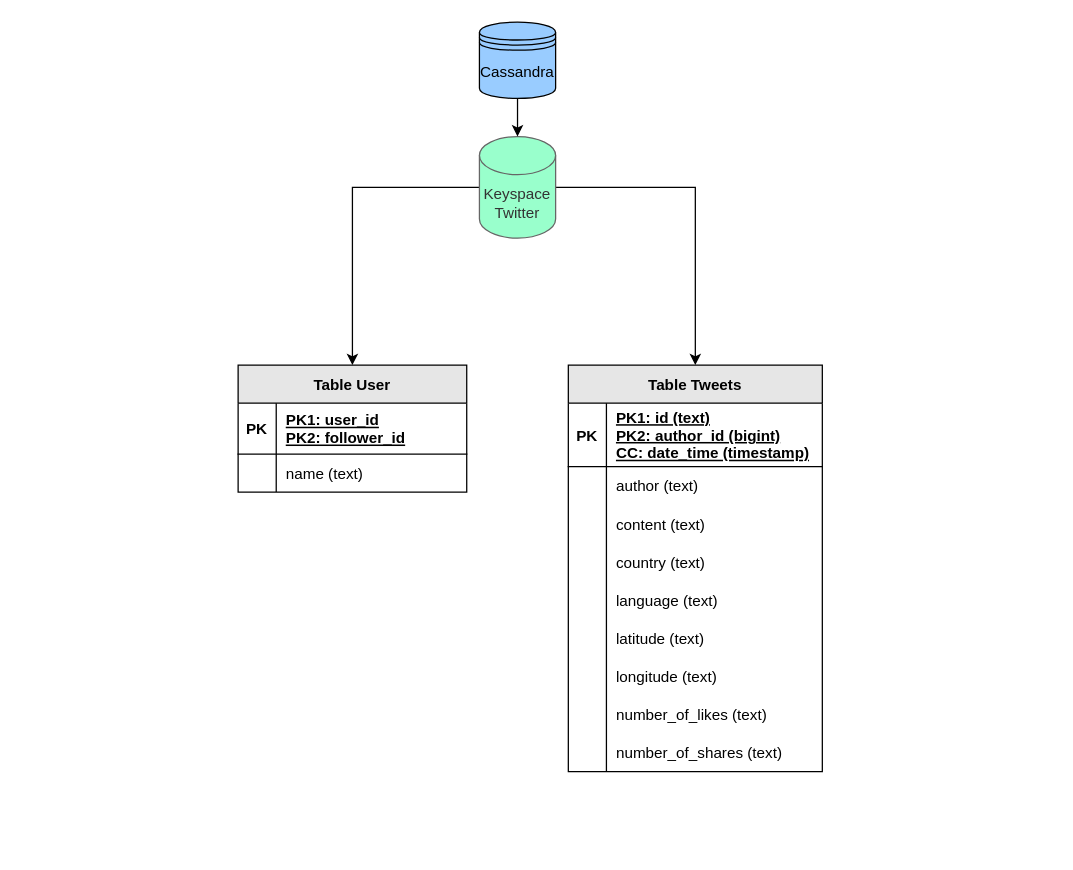
The draw.io diagram page "Page-1" (1 of 2) of architecture-cass.drawio in Miracle-Fruit/kikeriki, before the edit. Source tidied: cells renumbered, new cells numbered last; positions are measured from the earlier drawing's top-left corner, leaving out a move shared by most shapes. Both pictures are drawn from the tidied source at 127%, with x=0, y=0 at pixel (237, 22).
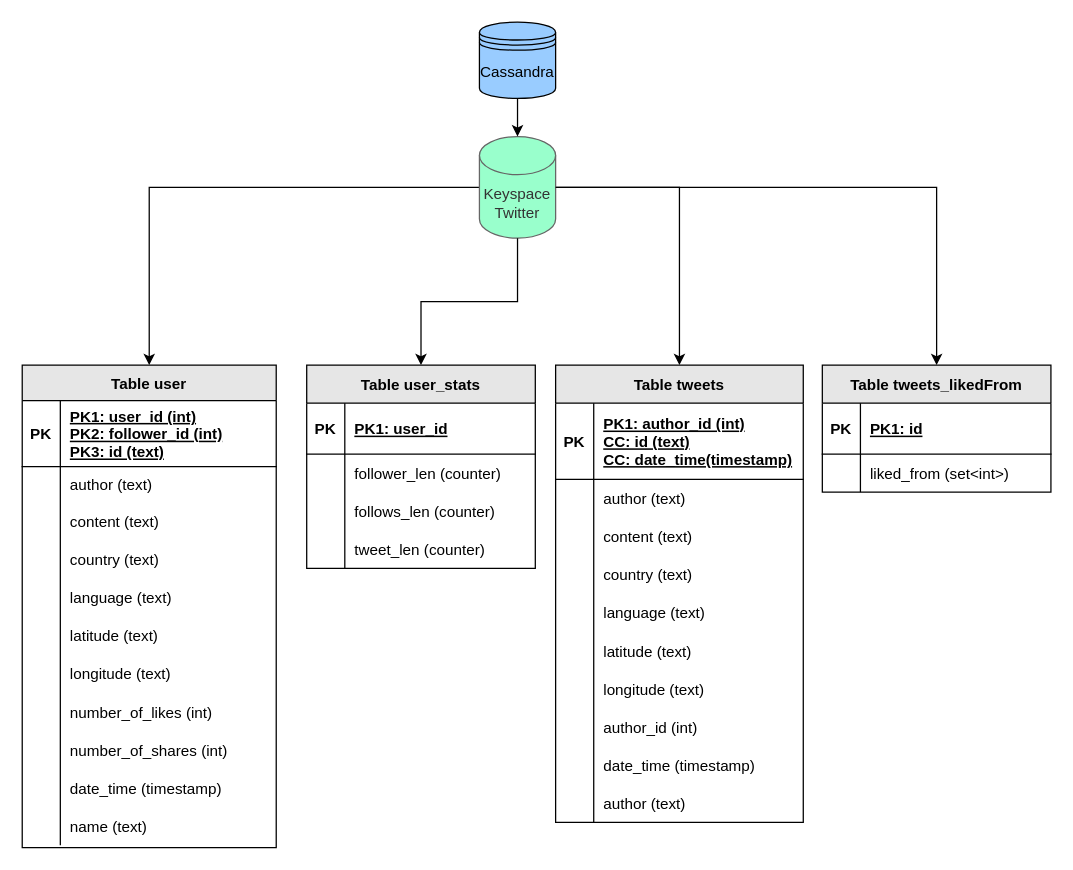
The same page after the edit.

Commit message (it also covers changes not shown here):
change data architecture

The change refers to these unchanged cells:
```xml
<mxCell id="6" style="shape=tableRow;horizontal=0;startSize=0;swimlaneHead=0;swimlaneBody=0;fillColor=none;top=0;left=0;right=0;bottom=1;" parent="5" vertex="1">
  <mxGeometry y="30" width="180" height="40" as="geometry" />
</mxCell>
<mxCell id="9" style="shape=tableRow;horizontal=0;startSize=0;swimlaneHead=0;swimlaneBody=0;fillColor=none;top=0;left=0;right=0;bottom=0;" parent="5" vertex="1">
  <mxGeometry y="70" width="180" height="30" as="geometry" />
</mxCell>
```

What changed in the source:
```diff
@@
+    <mxCell id="3" style="edgeStyle=orthogonalEdgeStyle;rounded=0;jettySize=auto;html=1;exitX=0;exitY=0.5;exitDx=0;exitDy=0;exitPerimeter=0;entryX=0.5;entryY=0;entryDx=0;entryDy=0;" parent="1" edge="1" source="4" target="12">
+      <mxGeometry relative="1" as="geometry" />
+    </mxCell>
+    <mxCell id="43" style="edgeStyle=orthogonalEdgeStyle;rounded=0;jettySize=auto;html=1;exitX=1;exitY=0.5;exitDx=0;exitDy=0;exitPerimeter=0;entryX=0.5;entryY=0;entryDx=0;entryDy=0;" parent="1" edge="1" source="4" target="56">
+      <mxGeometry relative="1" as="geometry" />
+    </mxCell>
+    <mxCell id="4" value="Keyspace&lt;br&gt;Twitter" style="shape=cylinder3;whiteSpace=wrap;html=1;boundedLbl=1;backgroundOutline=1;size=15;fillColor=#99FFCC;fontColor=#333333;strokeColor=#666666;" parent="1" vertex="1">
+      <mxGeometry x="190" y="90" width="60" height="80" as="geometry" />
+    </mxCell>
-    <mxCell id="2" style="edgeStyle=orthogonalEdgeStyle;rounded=0;jettySize=auto;html=1;exitX=0;exitY=0.5;exitDx=0;exitDy=0;exitPerimeter=0;" parent="1" edge="1" source="4" target="5">
+    <mxCell id="2" style="edgeStyle=orthogonalEdgeStyle;rounded=0;jettySize=auto;html=1;exitX=0.5;exitY=1;exitDx=0;exitDy=0;exitPerimeter=0;" parent="1" edge="1" source="4" target="5">
       <mxGeometry relative="1" as="geometry" />
     </mxCell>
-    <mxCell id="3" style="edgeStyle=orthogonalEdgeStyle;rounded=0;jettySize=auto;html=1;exitX=1;exitY=0.5;exitDx=0;exitDy=0;exitPerimeter=0;entryX=0.5;entryY=0;entryDx=0;entryDy=0;" parent="1" edge="1" source="4" target="12">
-      <mxGeometry relative="1" as="geometry" />
-    </mxCell>
-    <mxCell id="4" value="Keyspace&lt;br&gt;Twitter" style="shape=cylinder3;whiteSpace=wrap;html=1;boundedLbl=1;backgroundOutline=1;size=15;fillColor=#99FFCC;fontColor=#333333;strokeColor=#666666;" parent="1" vertex="1">
-      <mxGeometry x="190" y="90" width="60" height="80" as="geometry" />
-    </mxCell>
-    <mxCell id="5" value="Table User" style="shape=table;startSize=30;childLayout=tableLayout;rowLines=0;fontStyle=1;align=center;fillColor=#E6E6E6;" parent="1" vertex="1">
-      <mxGeometry y="270" width="180" height="100" as="geometry" />
+    <mxCell id="5" value="Table user_stats" style="shape=table;startSize=30;childLayout=tableLayout;rowLines=0;fontStyle=1;align=center;fillColor=#E6E6E6;" parent="1" vertex="1">
+      <mxGeometry x="54" y="270" width="180" height="160" as="geometry" />
     </mxCell>
@@
-    <mxCell id="8" value="PK1: user_id&#10;PK2: follower_id" style="shape=partialRectangle;fillColor=none;top=0;left=0;bottom=0;right=0;align=left;spacingLeft=6;fontStyle=5;overflow=hidden;" parent="6" vertex="1">
+    <mxCell id="8" value="PK1: user_id" style="shape=partialRectangle;fillColor=none;top=0;left=0;bottom=0;right=0;align=left;spacingLeft=6;fontStyle=5;overflow=hidden;" parent="6" vertex="1">
       <mxGeometry x="30" width="150" height="40" as="geometry" />
     </mxCell>
@@
-    <mxCell id="11" value="name (text)" style="shape=partialRectangle;fillColor=none;top=0;left=0;bottom=0;right=0;align=left;spacingLeft=6;overflow=hidden;" parent="9" vertex="1">
+    <mxCell id="11" value="follower_len (counter)" style="shape=partialRectangle;fillColor=none;top=0;left=0;bottom=0;right=0;align=left;spacingLeft=6;overflow=hidden;" parent="9" vertex="1">
       <mxGeometry x="30" width="150" height="30" as="geometry" />
     </mxCell>
+    <mxCell id="44" style="shape=tableRow;horizontal=0;startSize=0;swimlaneHead=0;swimlaneBody=0;fillColor=none;top=0;left=0;right=0;bottom=0;" parent="5" vertex="1">
+      <mxGeometry y="100" width="180" height="30" as="geometry" />
+    </mxCell>
+    <mxCell id="45" style="shape=partialRectangle;fillColor=none;top=0;left=0;bottom=0;right=0;overflow=hidden;" parent="44" vertex="1">
+      <mxGeometry width="30" height="30" as="geometry" />
+    </mxCell>
+    <mxCell id="46" value="follows_len (counter)" style="shape=partialRectangle;fillColor=none;top=0;left=0;bottom=0;right=0;align=left;spacingLeft=6;overflow=hidden;" parent="44" vertex="1">
+      <mxGeometry x="30" width="150" height="30" as="geometry" />
+    </mxCell>
+    <mxCell id="47" style="shape=tableRow;horizontal=0;startSize=0;swimlaneHead=0;swimlaneBody=0;fillColor=none;top=0;left=0;right=0;bottom=0;" parent="5" vertex="1">
+      <mxGeometry y="130" width="180" height="30" as="geometry" />
+    </mxCell>
+    <mxCell id="48" style="shape=partialRectangle;fillColor=none;top=0;left=0;bottom=0;right=0;overflow=hidden;" parent="47" vertex="1">
+      <mxGeometry width="30" height="30" as="geometry" />
+    </mxCell>
+    <mxCell id="49" value="tweet_len (counter)" style="shape=partialRectangle;fillColor=none;top=0;left=0;bottom=0;right=0;align=left;spacingLeft=6;overflow=hidden;" parent="47" vertex="1">
+      <mxGeometry x="30" width="150" height="30" as="geometry" />
+    </mxCell>
-    <mxCell id="12" value="Table Tweets" style="shape=table;startSize=30;childLayout=tableLayout;rowLines=0;fontStyle=1;align=center;fillColor=#E6E6E6;arcSize=15;rounded=0;" parent="1" vertex="1">
-      <mxGeometry x="260" y="270" width="200" height="320" as="geometry" />
+    <mxCell id="12" value="Table user" style="shape=table;startSize=28;childLayout=tableLayout;rowLines=0;fontStyle=1;align=center;fillColor=#E6E6E6;arcSize=15;rounded=0;" parent="1" vertex="1">
+      <mxGeometry x="-170" y="270" width="200" height="380" as="geometry" />
     </mxCell>
     <mxCell id="13" style="shape=tableRow;horizontal=0;startSize=0;swimlaneHead=0;swimlaneBody=0;fillColor=none;top=0;left=0;right=0;bottom=1;" parent="12" vertex="1">
-      <mxGeometry y="30" width="200" height="50" as="geometry" />
+      <mxGeometry y="28" width="200" height="52" as="geometry" />
     </mxCell>
     <mxCell id="14" value="PK" style="shape=partialRectangle;fillColor=none;top=0;left=0;bottom=0;right=0;fontStyle=1;overflow=hidden;" parent="13" vertex="1">
-      <mxGeometry width="30" height="50" as="geometry" />
+      <mxGeometry width="30" height="52" as="geometry" />
     </mxCell>
-    <mxCell id="15" value="PK1: id (text)&#10;PK2: author_id (bigint)&#10;CC: date_time (timestamp)" style="shape=partialRectangle;fillColor=none;top=0;left=0;bottom=0;right=0;align=left;spacingLeft=6;fontStyle=5;overflow=hidden;" parent="13" vertex="1">
-      <mxGeometry x="30" width="170" height="50" as="geometry" />
+    <mxCell id="15" value="PK1: user_id (int)&#10;PK2: follower_id (int)&#10;PK3: id (text)" style="shape=partialRectangle;fillColor=none;top=0;left=0;bottom=0;right=0;align=left;spacingLeft=6;fontStyle=5;overflow=hidden;" parent="13" vertex="1">
+      <mxGeometry x="30" width="170" height="52" as="geometry" />
     </mxCell>
     <mxCell id="16" style="shape=tableRow;horizontal=0;startSize=0;swimlaneHead=0;swimlaneBody=0;fillColor=none;top=0;left=0;right=0;bottom=0;" parent="12" vertex="1">
-      <mxGeometry y="80" width="200" height="30" as="geometry" />
+      <mxGeometry y="80" width="200" height="28" as="geometry" />
     </mxCell>
     <mxCell id="17" style="shape=partialRectangle;fillColor=none;top=0;left=0;bottom=0;right=0;overflow=hidden;" parent="16" vertex="1">
-      <mxGeometry width="30" height="30" as="geometry" />
+      <mxGeometry width="30" height="28" as="geometry" />
     </mxCell>
     <mxCell id="18" value="author (text)" style="shape=partialRectangle;fillColor=none;top=0;left=0;bottom=0;right=0;align=left;spacingLeft=6;overflow=hidden;" parent="16" vertex="1">
-      <mxGeometry x="30" width="170" height="30" as="geometry" />
+      <mxGeometry x="30" width="170" height="28" as="geometry" />
     </mxCell>
     <mxCell id="19" style="shape=tableRow;horizontal=0;startSize=0;swimlaneHead=0;swimlaneBody=0;fillColor=none;top=0;left=0;right=0;bottom=0;" parent="12" vertex="1">
-      <mxGeometry y="110" width="200" height="30" as="geometry" />
+      <mxGeometry y="108" width="200" height="30" as="geometry" />
     </mxCell>
@@
     <mxCell id="22" style="shape=tableRow;horizontal=0;startSize=0;swimlaneHead=0;swimlaneBody=0;fillColor=none;top=0;left=0;right=0;bottom=0;" parent="12" vertex="1">
-      <mxGeometry y="140" width="200" height="30" as="geometry" />
+      <mxGeometry y="138" width="200" height="30" as="geometry" />
     </mxCell>
@@
     <mxCell id="25" style="shape=tableRow;horizontal=0;startSize=0;swimlaneHead=0;swimlaneBody=0;fillColor=none;top=0;left=0;right=0;bottom=0;" parent="12" vertex="1">
-      <mxGeometry y="170" width="200" height="30" as="geometry" />
+      <mxGeometry y="168" width="200" height="30" as="geometry" />
     </mxCell>
@@
     <mxCell id="28" style="shape=tableRow;horizontal=0;startSize=0;swimlaneHead=0;swimlaneBody=0;fillColor=none;top=0;left=0;right=0;bottom=0;" parent="12" vertex="1">
-      <mxGeometry y="200" width="200" height="30" as="geometry" />
+      <mxGeometry y="198" width="200" height="30" as="geometry" />
     </mxCell>
@@
     <mxCell id="31" style="shape=tableRow;horizontal=0;startSize=0;swimlaneHead=0;swimlaneBody=0;fillColor=none;top=0;left=0;right=0;bottom=0;" parent="12" vertex="1">
-      <mxGeometry y="230" width="200" height="30" as="geometry" />
+      <mxGeometry y="228" width="200" height="30" as="geometry" />
     </mxCell>
@@
     <mxCell id="34" style="shape=tableRow;horizontal=0;startSize=0;swimlaneHead=0;swimlaneBody=0;fillColor=none;top=0;left=0;right=0;bottom=0;" parent="12" vertex="1">
-      <mxGeometry y="260" width="200" height="30" as="geometry" />
+      <mxGeometry y="258" width="200" height="30" as="geometry" />
     </mxCell>
@@
-    <mxCell id="36" value="number_of_likes (text)" style="shape=partialRectangle;fillColor=none;top=0;left=0;bottom=0;right=0;align=left;spacingLeft=6;overflow=hidden;" parent="34" vertex="1">
+    <mxCell id="36" value="number_of_likes (int)" style="shape=partialRectangle;fillColor=none;top=0;left=0;bottom=0;right=0;align=left;spacingLeft=6;overflow=hidden;" parent="34" vertex="1">
       <mxGeometry x="30" width="170" height="30" as="geometry" />
     </mxCell>
     <mxCell id="37" style="shape=tableRow;horizontal=0;startSize=0;swimlaneHead=0;swimlaneBody=0;fillColor=none;top=0;left=0;right=0;bottom=0;" parent="12" vertex="1">
-      <mxGeometry y="290" width="200" height="30" as="geometry" />
+      <mxGeometry y="288" width="200" height="30" as="geometry" />
     </mxCell>
@@
-    <mxCell id="39" value="number_of_shares (text)" style="shape=partialRectangle;fillColor=none;top=0;left=0;bottom=0;right=0;align=left;spacingLeft=6;overflow=hidden;" parent="37" vertex="1">
+    <mxCell id="39" value="number_of_shares (int)" style="shape=partialRectangle;fillColor=none;top=0;left=0;bottom=0;right=0;align=left;spacingLeft=6;overflow=hidden;" parent="37" vertex="1">
       <mxGeometry x="30" width="170" height="30" as="geometry" />
     </mxCell>
+    <mxCell id="50" style="shape=tableRow;horizontal=0;startSize=0;swimlaneHead=0;swimlaneBody=0;fillColor=none;top=0;left=0;right=0;bottom=0;" parent="12" vertex="1">
+      <mxGeometry y="318" width="200" height="30" as="geometry" />
+    </mxCell>
+    <mxCell id="51" style="shape=partialRectangle;fillColor=none;top=0;left=0;bottom=0;right=0;overflow=hidden;" parent="50" vertex="1">
+      <mxGeometry width="30" height="30" as="geometry" />
+    </mxCell>
+    <mxCell id="52" value="date_time (timestamp)" style="shape=partialRectangle;fillColor=none;top=0;left=0;bottom=0;right=0;align=left;spacingLeft=6;overflow=hidden;" parent="50" vertex="1">
+      <mxGeometry x="30" width="170" height="30" as="geometry" />
+    </mxCell>
+    <mxCell id="53" style="shape=tableRow;horizontal=0;startSize=0;swimlaneHead=0;swimlaneBody=0;fillColor=none;top=0;left=0;right=0;bottom=0;" parent="12" vertex="1">
+      <mxGeometry y="348" width="200" height="30" as="geometry" />
+    </mxCell>
+    <mxCell id="54" style="shape=partialRectangle;fillColor=none;top=0;left=0;bottom=0;right=0;overflow=hidden;" parent="53" vertex="1">
+      <mxGeometry width="30" height="30" as="geometry" />
+    </mxCell>
+    <mxCell id="55" value="name (text)" style="shape=partialRectangle;fillColor=none;top=0;left=0;bottom=0;right=0;align=left;spacingLeft=6;overflow=hidden;" parent="53" vertex="1">
+      <mxGeometry x="30" width="170" height="30" as="geometry" />
+    </mxCell>
@@
+    <mxCell id="56" value="Table tweets" style="shape=table;startSize=30;childLayout=tableLayout;rowLines=0;fontStyle=1;align=center;fillColor=#E6E6E6;" parent="1" vertex="1">
+      <mxGeometry x="250" y="270" width="195" height="360" as="geometry" />
+    </mxCell>
+    <mxCell id="57" style="shape=tableRow;horizontal=0;startSize=0;swimlaneHead=0;swimlaneBody=0;fillColor=none;top=0;left=0;right=0;bottom=1;" parent="56" vertex="1">
+      <mxGeometry y="30" width="195" height="60" as="geometry" />
+    </mxCell>
+    <mxCell id="58" value="PK" style="shape=partialRectangle;fillColor=none;top=0;left=0;bottom=0;right=0;fontStyle=1;overflow=hidden;" parent="57" vertex="1">
+      <mxGeometry width="30" height="60" as="geometry" />
+    </mxCell>
+    <mxCell id="59" value="PK1: author_id (int)&#10;CC: id (text)&#10;CC: date_time(timestamp)" style="shape=partialRectangle;fillColor=none;top=0;left=0;bottom=0;right=0;align=left;spacingLeft=6;fontStyle=5;overflow=hidden;" parent="57" vertex="1">
+      <mxGeometry x="30" width="165" height="60" as="geometry" />
+    </mxCell>
+    <mxCell id="60" style="shape=tableRow;horizontal=0;startSize=0;swimlaneHead=0;swimlaneBody=0;fillColor=none;top=0;left=0;right=0;bottom=0;" parent="56" vertex="1">
+      <mxGeometry y="90" width="195" height="30" as="geometry" />
+    </mxCell>
+    <mxCell id="61" style="shape=partialRectangle;fillColor=none;top=0;left=0;bottom=0;right=0;overflow=hidden;" parent="60" vertex="1">
+      <mxGeometry width="30" height="30" as="geometry" />
+    </mxCell>
+    <mxCell id="62" value="author (text)" style="shape=partialRectangle;fillColor=none;top=0;left=0;bottom=0;right=0;align=left;spacingLeft=6;overflow=hidden;" parent="60" vertex="1">
+      <mxGeometry x="30" width="165" height="30" as="geometry" />
+    </mxCell>
+    <mxCell id="63" style="shape=tableRow;horizontal=0;startSize=0;swimlaneHead=0;swimlaneBody=0;fillColor=none;top=0;left=0;right=0;bottom=0;" parent="56" vertex="1">
+      <mxGeometry y="120" width="195" height="30" as="geometry" />
+    </mxCell>
+    <mxCell id="64" style="shape=partialRectangle;fillColor=none;top=0;left=0;bottom=0;right=0;overflow=hidden;" parent="63" vertex="1">
+      <mxGeometry width="30" height="30" as="geometry" />
+    </mxCell>
+    <mxCell id="65" value="content (text)" style="shape=partialRectangle;fillColor=none;top=0;left=0;bottom=0;right=0;align=left;spacingLeft=6;overflow=hidden;" parent="63" vertex="1">
+      <mxGeometry x="30" width="165" height="30" as="geometry" />
+    </mxCell>
+    <mxCell id="66" style="shape=tableRow;horizontal=0;startSize=0;swimlaneHead=0;swimlaneBody=0;fillColor=none;top=0;left=0;right=0;bottom=0;" parent="56" vertex="1">
+      <mxGeometry y="150" width="195" height="30" as="geometry" />
+    </mxCell>
+    <mxCell id="67" style="shape=partialRectangle;fillColor=none;top=0;left=0;bottom=0;right=0;overflow=hidden;" parent="66" vertex="1">
+      <mxGeometry width="30" height="30" as="geometry" />
+    </mxCell>
+    <mxCell id="68" value="country (text)" style="shape=partialRectangle;fillColor=none;top=0;left=0;bottom=0;right=0;align=left;spacingLeft=6;overflow=hidden;" parent="66" vertex="1">
+      <mxGeometry x="30" width="165" height="30" as="geometry" />
+    </mxCell>
+    <mxCell id="69" style="shape=tableRow;horizontal=0;startSize=0;swimlaneHead=0;swimlaneBody=0;fillColor=none;top=0;left=0;right=0;bottom=0;" parent="56" vertex="1">
+      <mxGeometry y="180" width="195" height="30" as="geometry" />
+    </mxCell>
+    <mxCell id="70" style="shape=partialRectangle;fillColor=none;top=0;left=0;bottom=0;right=0;overflow=hidden;" parent="69" vertex="1">
+      <mxGeometry width="30" height="30" as="geometry" />
+    </mxCell>
+    <mxCell id="71" value="language (text)" style="shape=partialRectangle;fillColor=none;top=0;left=0;bottom=0;right=0;align=left;spacingLeft=6;overflow=hidden;" parent="69" vertex="1">
+      <mxGeometry x="30" width="165" height="30" as="geometry" />
+    </mxCell>
+    <mxCell id="72" style="shape=tableRow;horizontal=0;startSize=0;swimlaneHead=0;swimlaneBody=0;fillColor=none;top=0;left=0;right=0;bottom=0;" parent="56" vertex="1">
+      <mxGeometry y="210" width="195" height="30" as="geometry" />
+    </mxCell>
+    <mxCell id="73" style="shape=partialRectangle;fillColor=none;top=0;left=0;bottom=0;right=0;overflow=hidden;" parent="72" vertex="1">
+      <mxGeometry width="30" height="30" as="geometry" />
+    </mxCell>
+    <mxCell id="74" value="latitude (text)" style="shape=partialRectangle;fillColor=none;top=0;left=0;bottom=0;right=0;align=left;spacingLeft=6;overflow=hidden;" parent="72" vertex="1">
+      <mxGeometry x="30" width="165" height="30" as="geometry" />
+    </mxCell>
+    <mxCell id="75" style="shape=tableRow;horizontal=0;startSize=0;swimlaneHead=0;swimlaneBody=0;fillColor=none;top=0;left=0;right=0;bottom=0;" parent="56" vertex="1">
+      <mxGeometry y="240" width="195" height="30" as="geometry" />
+    </mxCell>
+    <mxCell id="76" style="shape=partialRectangle;fillColor=none;top=0;left=0;bottom=0;right=0;overflow=hidden;" parent="75" vertex="1">
+      <mxGeometry width="30" height="30" as="geometry" />
+    </mxCell>
+    <mxCell id="77" value="longitude (text)" style="shape=partialRectangle;fillColor=none;top=0;left=0;bottom=0;right=0;align=left;spacingLeft=6;overflow=hidden;" parent="75" vertex="1">
+      <mxGeometry x="30" width="165" height="30" as="geometry" />
+    </mxCell>
+    <mxCell id="78" style="shape=tableRow;horizontal=0;startSize=0;swimlaneHead=0;swimlaneBody=0;fillColor=none;top=0;left=0;right=0;bottom=0;" parent="56" vertex="1">
+      <mxGeometry y="270" width="195" height="30" as="geometry" />
+    </mxCell>
+    <mxCell id="79" style="shape=partialRectangle;fillColor=none;top=0;left=0;bottom=0;right=0;overflow=hidden;" parent="78" vertex="1">
+      <mxGeometry width="30" height="30" as="geometry" />
+    </mxCell>
+    <mxCell id="80" value="author_id (int)" style="shape=partialRectangle;fillColor=none;top=0;left=0;bottom=0;right=0;align=left;spacingLeft=6;overflow=hidden;" parent="78" vertex="1">
+      <mxGeometry x="30" width="165" height="30" as="geometry" />
+    </mxCell>
+    <mxCell id="81" style="shape=tableRow;horizontal=0;startSize=0;swimlaneHead=0;swimlaneBody=0;fillColor=none;top=0;left=0;right=0;bottom=0;" parent="56" vertex="1">
+      <mxGeometry y="300" width="195" height="30" as="geometry" />
+    </mxCell>
+    <mxCell id="82" style="shape=partialRectangle;fillColor=none;top=0;left=0;bottom=0;right=0;overflow=hidden;" parent="81" vertex="1">
+      <mxGeometry width="30" height="30" as="geometry" />
+    </mxCell>
+    <mxCell id="83" value="date_time (timestamp)" style="shape=partialRectangle;fillColor=none;top=0;left=0;bottom=0;right=0;align=left;spacingLeft=6;overflow=hidden;" parent="81" vertex="1">
+      <mxGeometry x="30" width="165" height="30" as="geometry" />
+    </mxCell>
+    <mxCell id="84" style="shape=tableRow;horizontal=0;startSize=0;swimlaneHead=0;swimlaneBody=0;fillColor=none;top=0;left=0;right=0;bottom=0;" parent="56" vertex="1">
+      <mxGeometry y="330" width="195" height="30" as="geometry" />
+    </mxCell>
+    <mxCell id="85" style="shape=partialRectangle;fillColor=none;top=0;left=0;bottom=0;right=0;overflow=hidden;" parent="84" vertex="1">
+      <mxGeometry width="30" height="30" as="geometry" />
+    </mxCell>
+    <mxCell id="86" value="author (text)" style="shape=partialRectangle;fillColor=none;top=0;left=0;bottom=0;right=0;align=left;spacingLeft=6;overflow=hidden;" parent="84" vertex="1">
+      <mxGeometry x="30" width="165" height="30" as="geometry" />
+    </mxCell>
+    <mxCell id="87" style="edgeStyle=orthogonalEdgeStyle;rounded=0;jettySize=auto;html=1;exitX=1;exitY=0.5;exitDx=0;exitDy=0;exitPerimeter=0;entryX=0.5;entryY=0;entryDx=0;entryDy=0;" parent="1" edge="1" source="4" target="88">
+      <mxGeometry relative="1" as="geometry" />
+    </mxCell>
+    <mxCell id="88" value="Table tweets_likedFrom" style="shape=table;startSize=30;childLayout=tableLayout;rowLines=0;fontStyle=1;align=center;fillColor=#E6E6E6;" parent="1" vertex="1">
+      <mxGeometry x="460" y="270" width="180" height="100" as="geometry" />
+    </mxCell>
+    <mxCell id="89" style="shape=tableRow;horizontal=0;startSize=0;swimlaneHead=0;swimlaneBody=0;fillColor=none;top=0;left=0;right=0;bottom=1;" parent="88" vertex="1">
+      <mxGeometry y="30" width="180" height="40" as="geometry" />
+    </mxCell>
+    <mxCell id="90" value="PK" style="shape=partialRectangle;fillColor=none;top=0;left=0;bottom=0;right=0;fontStyle=1;overflow=hidden;" parent="89" vertex="1">
+      <mxGeometry width="30" height="40" as="geometry" />
+    </mxCell>
+    <mxCell id="91" value="PK1: id" style="shape=partialRectangle;fillColor=none;top=0;left=0;bottom=0;right=0;align=left;spacingLeft=6;fontStyle=5;overflow=hidden;" parent="89" vertex="1">
+      <mxGeometry x="30" width="150" height="40" as="geometry" />
+    </mxCell>
+    <mxCell id="92" style="shape=tableRow;horizontal=0;startSize=0;swimlaneHead=0;swimlaneBody=0;fillColor=none;top=0;left=0;right=0;bottom=0;" parent="88" vertex="1">
+      <mxGeometry y="70" width="180" height="30" as="geometry" />
+    </mxCell>
+    <mxCell id="93" style="shape=partialRectangle;fillColor=none;top=0;left=0;bottom=0;right=0;overflow=hidden;" parent="92" vertex="1">
+      <mxGeometry width="30" height="30" as="geometry" />
+    </mxCell>
+    <mxCell id="94" value="liked_from (set&lt;int&gt;)" style="shape=partialRectangle;fillColor=none;top=0;left=0;bottom=0;right=0;align=left;spacingLeft=6;overflow=hidden;" parent="92" vertex="1">
+      <mxGeometry x="30" width="150" height="30" as="geometry" />
+    </mxCell>
```
